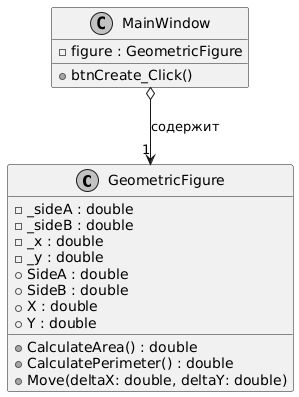
Above: Lab Work 1 - Class/GeometricFigureApp/UML/UML.png in nesquikprogs/oop-2 (PlantUML), before the change.
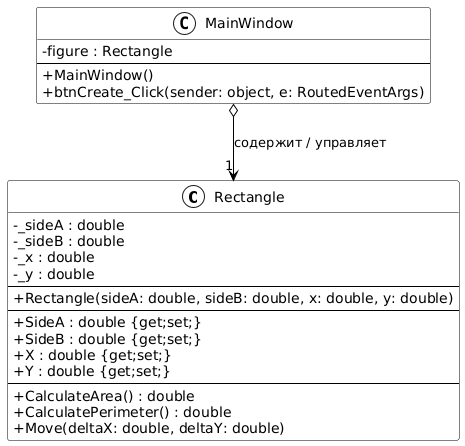
Above is the later version.

What changed in the source:
```diff
@@ -1,24 +1,38 @@
 @startuml
 skinparam monochrome true
+skinparam shadowing false
+skinparam classAttributeIconSize 0
+skinparam stereotypeCBackgroundColor White
+skinparam class {
+  BackgroundColor White
+  BorderColor Black
+  ArrowColor Black
+}
 
-class GeometricFigure {
+class Rectangle {
   - _sideA : double
   - _sideB : double
   - _x : double
   - _y : double
-  + SideA : double
-  + SideB : double
-  + X : double
-  + Y : double
+  --
+  + Rectangle(sideA: double, sideB: double, x: double, y: double)
+  --
+  + SideA : double {get;set;}
+  + SideB : double {get;set;}
+  + X : double {get;set;}
+  + Y : double {get;set;}
+  --
   + CalculateArea() : double
   + CalculatePerimeter() : double
   + Move(deltaX: double, deltaY: double)
 }
 
 class MainWindow {
-  - figure : GeometricFigure
-  + btnCreate_Click()
+  - figure : Rectangle
+  --
+  + MainWindow()
+  + btnCreate_Click(sender: object, e: RoutedEventArgs)
 }
 
-MainWindow o--> "1" GeometricFigure : содержит
+MainWindow o--> "1" Rectangle : содержит / управляет
 @enduml
```
